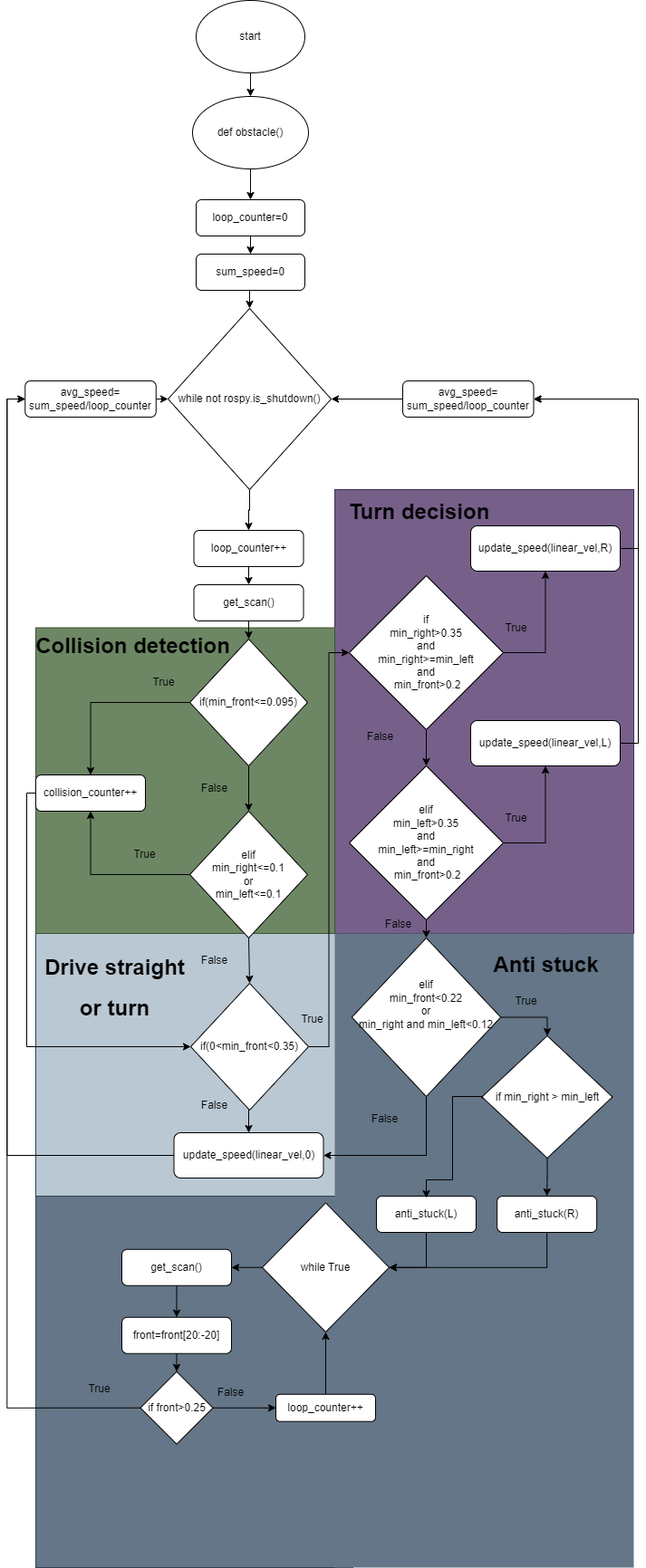
Before: Untitled Diagram.drawio.png, a diagram exported from draw.io (Teun0n/flowcharts). Source tidied: cells renumbered, new cells last; positions are measured from the earlier drawing's top-left corner, leaving out a move shared by most shapes.
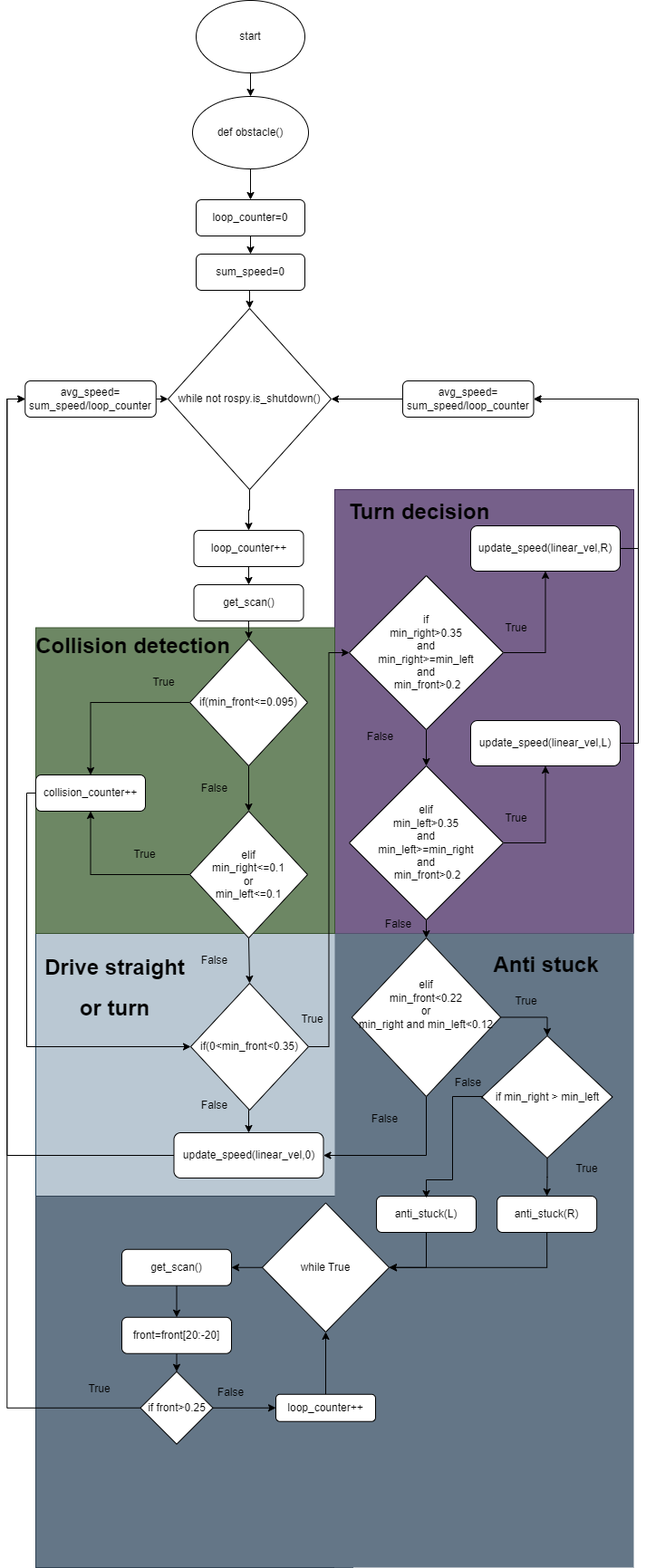
After the commit.

The edit, as a diff of the source:
```diff
@@ -271,5 +271,11 @@
     <mxCell id="86" value="if min_right &amp;gt; min_left" style="rhombus;whiteSpace=wrap;html=1;" parent="1" vertex="1">
       <mxGeometry x="505.5" y="1143" width="144" height="135" as="geometry" />
     </mxCell>
+    <mxCell id="87" value="True" style="text;html=1;align=center;verticalAlign=middle;strokeColor=none;fillColor=none;" parent="1" vertex="1">
+      <mxGeometry x="595.5" y="1275" width="50" height="30" as="geometry" />
+    </mxCell>
+    <mxCell id="88" value="False" style="text;html=1;align=center;verticalAlign=middle;strokeColor=none;fillColor=none;" parent="1" vertex="1">
+      <mxGeometry x="465.2" y="1180" width="50" height="30" as="geometry" />
+    </mxCell>
   </root>
 </mxGraphModel>
```
